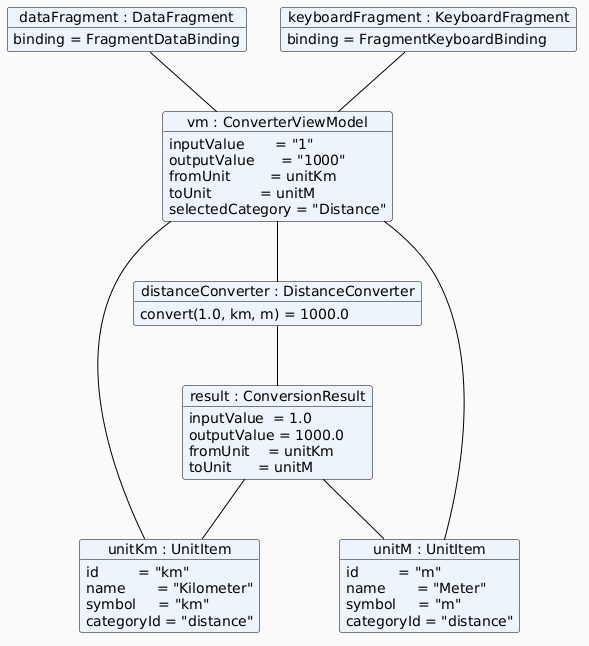
Dmitro44/Mobilki keeps this PlantUML diagram as Reports/LR1/img/objDiag.png. Above is the earlier version. The source it was exported from:
```plantuml
@startuml
skinparam backgroundColor #FAFAFA
skinparam object {
    BackgroundColor #EEF4FB
    BorderColor     #000000
    ArrowColor      #000000
    FontSize        14
    Shadowing       false
    RoundCorner     0
}

object "dataFragment : DataFragment" as df {
    binding = FragmentDataBinding
}

object "keyboardFragment : KeyboardFragment" as kf {
    binding = FragmentKeyboardBinding
}

object "vm : ConverterViewModel" as vm {
    inputValue       = "1"
    outputValue      = "1000"
    fromUnit         = unitKm
    toUnit           = unitM
    selectedCategory = "Distance"
}

object "distanceConverter : DistanceConverter" as conv {
    convert(1.0, km, m) = 1000.0
}

object "result : ConversionResult" as result {
    inputValue  = 1.0
    outputValue = 1000.0
    fromUnit    = unitKm
    toUnit      = unitM
}

object "unitKm : UnitItem" as unitKm {
    id         = "km"
    name       = "Kilometer"
    symbol     = "km"
    categoryId = "distance"
}

object "unitM : UnitItem" as unitM {
    id         = "m"
    name       = "Meter"
    symbol     = "m"
    categoryId = "distance"
}

df -- vm
kf -- vm
vm -- conv
vm -- unitKm
vm -- unitM
conv -- result
result -- unitKm
result -- unitM
@enduml
```
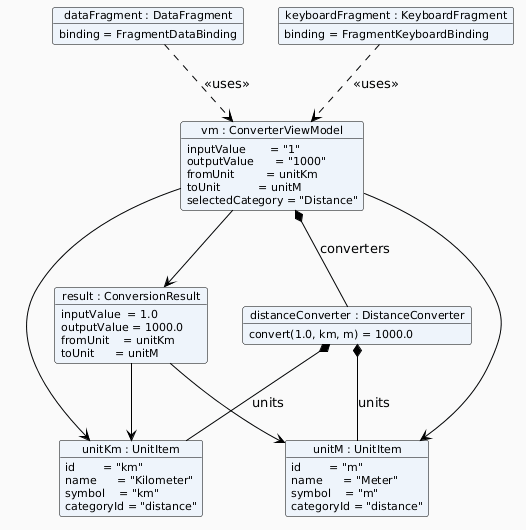
Later version of the same file.

Commit message:
LR1: updated object diagram

Change to the diagram source:
```diff
@@ -4,7 +4,7 @@
     BackgroundColor #EEF4FB
     BorderColor     #000000
     ArrowColor      #000000
-    FontSize        14
+    FontSize        11
     Shadowing       false
     RoundCorner     0
 }
@@ -37,25 +37,32 @@
 }
 
 object "unitKm : UnitItem" as unitKm {
-    id         = "km"
-    name       = "Kilometer"
-    symbol     = "km"
+    id        = "km"
+    name      = "Kilometer"
+    symbol    = "km"
     categoryId = "distance"
 }
 
 object "unitM : UnitItem" as unitM {
-    id         = "m"
-    name       = "Meter"
-    symbol     = "m"
+    id        = "m"
+    name      = "Meter"
+    symbol    = "m"
     categoryId = "distance"
 }
 
-df -- vm
-kf -- vm
-vm -- conv
-vm -- unitKm
-vm -- unitM
-conv -- result
-result -- unitKm
-result -- unitM
+df ..> vm : <<uses>>
+kf ..> vm : <<uses>>
+
+vm *-- conv : converters
+
+vm --> unitKm
+vm --> unitM
+
+vm --> result
+
+conv *-- unitKm : units
+conv *-- unitM : units
+
+result --> unitKm
+result --> unitM
 @enduml
```
